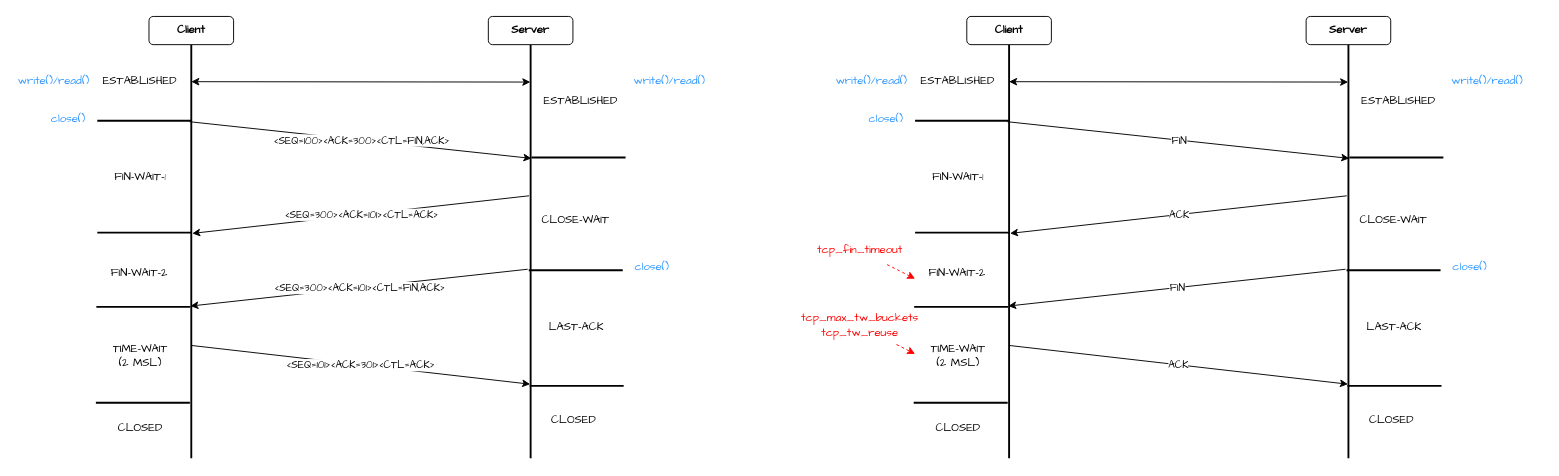
Above: tcp/tcp_close_connection.drawio in ShenChen1/how-to-reload-malloc-free (draw.io), before the change. Source tidied: cells renumbered, new cells numbered last; positions are measured from the earlier drawing's top-left corner, leaving out a move shared by most shapes. Both pictures are drawn from the tidied source at 94%, with x=0, y=0 at pixel (16, 16).
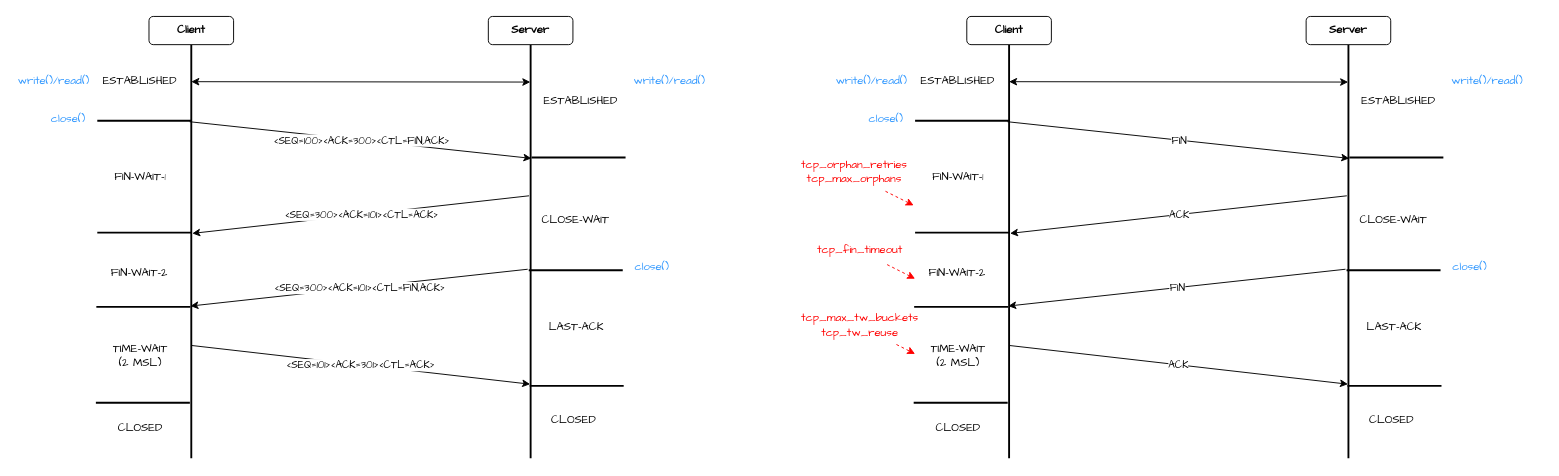
Above is the later version.

Change to the diagram source:
```diff
@@
+    <mxCell id="72" value="&lt;div&gt;tcp_orphan_retries&lt;br&gt;&lt;/div&gt;&lt;div&gt;tcp_max_orphans&lt;/div&gt;" style="text;html=1;align=center;verticalAlign=middle;strokeColor=none;fillColor=none;fontColor=#FF0000;fontFamily=Comic Sans MS;" parent="1" vertex="1">
+      <mxGeometry x="826" y="146" width="130" height="40" as="geometry" />
+    </mxCell>
+    <mxCell id="73" style="endArrow=classic;html=1;rounded=0;dashed=1;strokeColor=#FF0000;fontFamily=Comic Sans MS;entryX=0;entryY=0.75;entryDx=0;entryDy=0;" parent="1" edge="1">
+      <mxGeometry relative="1" as="geometry">
+        <mxPoint x="924.5" y="186" as="sourcePoint" />
+        <mxPoint x="954.5" y="201" as="targetPoint" />
+      </mxGeometry>
+    </mxCell>
```
